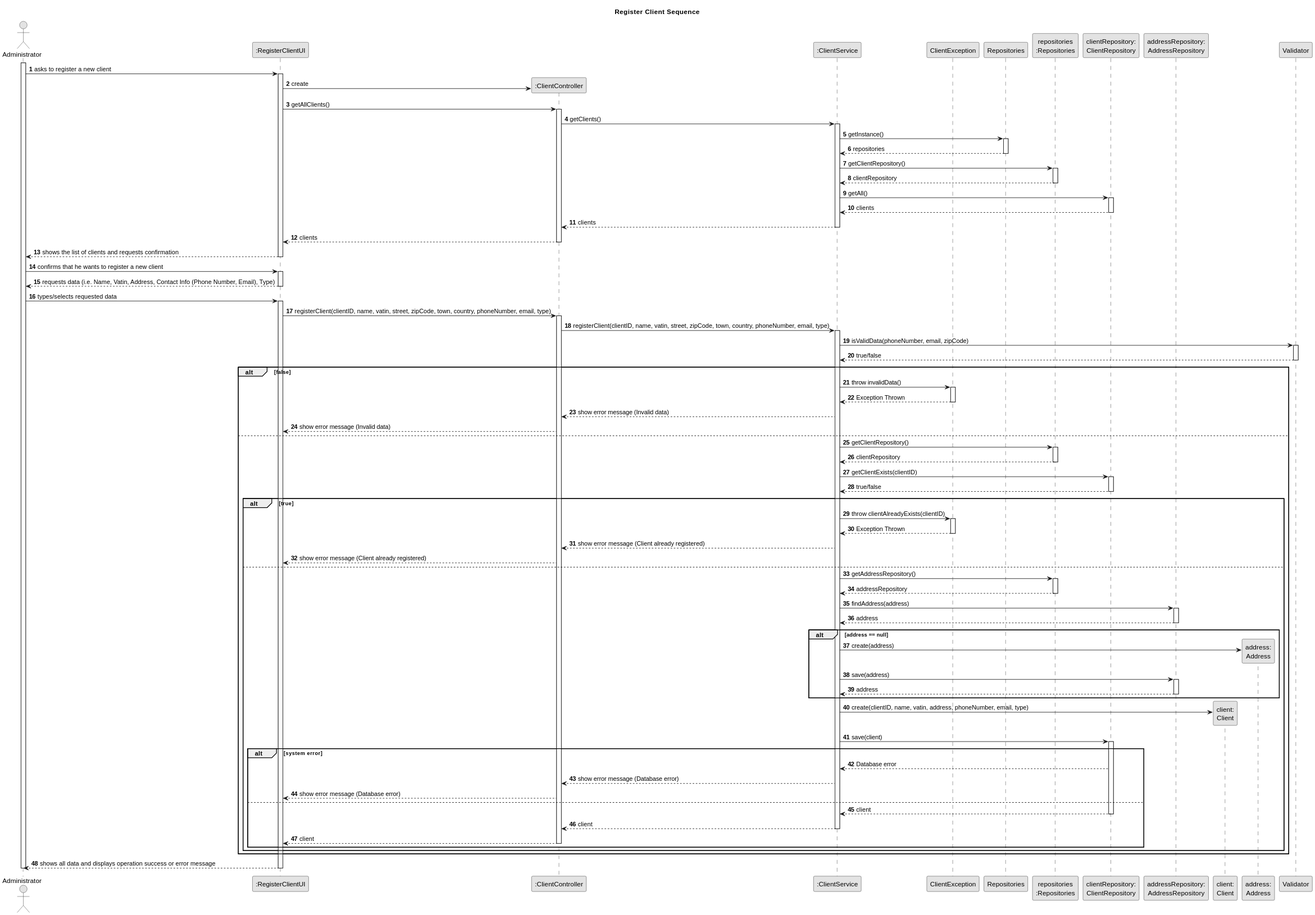
Earlier version of the PlantUML export documentation/user-stories/us003/03.design/svg/us003-sequence-diagram.svg (daniel41silva05/Production_Control_Industrial_ISEP). The source it was exported from:
```plantuml
@startuml
skinparam monochrome true
skinparam packageStyle rectangle
skinparam shadowing false

title System Sequence Diagram (SSD)

autonumber

actor "Administrator" as ADM
participant ":RegisterClientUI" as UI
participant ":ClientController" as CTRL
participant ":ClientService" as SRV
participant "ClientException" as EXC
participant "Repositories" as REPS
participant "repositories\n:Repositories" as REP
participant "clientRepository:\nClientRepository" as clientRepository
participant "addressRepository:\nAddressRepository" as addressRepository
participant "client:\nClient" as CLIENT
participant "address:\nAddress" as ADDRESS
participant "Validator" as VAL

title Register Client Sequence

activate ADM
    ADM -> UI : asks to register a new client
    activate UI

        UI -> CTRL** : create

        UI -> CTRL : getAllClients()
        activate CTRL
            CTRL -> SRV : getClients()
            activate SRV

                SRV -> REPS : getInstance()
                activate REPS
                REPS --> SRV: repositories
                deactivate REPS
                SRV -> REP : getClientRepository()
                activate REP
                REP --> SRV : clientRepository
                deactivate REP

                SRV -> clientRepository : getAll()
                activate clientRepository
                clientRepository --> SRV : clients
                deactivate clientRepository
            SRV --> CTRL : clients
            deactivate SRV
        CTRL --> UI : clients
        deactivate CTRL
    UI --> ADM : shows the list of clients and requests confirmation
    deactivate UI

    ADM -> UI : confirms that he wants to register a new client
    activate UI
        UI --> ADM : requests data (i.e. Name, Vatin, Address, Contact Info (Phone Number, Email), Type)
    deactivate UI

    ADM -> UI : types/selects requested data
    activate UI
        UI -> CTRL: registerClient(clientID, name, vatin, street, zipCode, town, country, phoneNumber, email, type)
        activate CTRL
            CTRL -> SRV: registerClient(clientID, name, vatin, street, zipCode, town, country, phoneNumber, email, type)
            activate SRV

                SRV -> VAL: isValidData(phoneNumber, email, zipCode)
                activate VAL
                VAL --> SRV: true/false
                deactivate VAL

                alt false

                    SRV -> EXC: throw invalidData()
                    activate EXC
                    EXC --> SRV: Exception Thrown
                    deactivate EXC
                    SRV --> CTRL: show error message (Invalid data)

                    CTRL --> UI: show error message (Invalid data)
                    deactivate VAL
                else

                SRV -> REP: getClientRepository()
                activate REP
                REP --> SRV: clientRepository
                deactivate REP

                SRV -> clientRepository: getClientExists(clientID)
                activate clientRepository
                clientRepository --> SRV: true/false
                deactivate clientRepository

                alt true

                    SRV -> EXC: throw clientAlreadyExists(clientID)
                    activate EXC
                    EXC --> SRV: Exception Thrown
                    deactivate EXC
                    SRV --> CTRL: show error message (Client already registered)

                    CTRL --> UI: show error message (Client already registered)
                else

                    SRV -> REP: getAddressRepository()
                    activate REP
                    REP --> SRV: addressRepository
                    deactivate REP

                    SRV -> addressRepository: findAddress(address)
                    activate addressRepository
                    addressRepository --> SRV: address
                    deactivate addressRepository
                    alt address == null
                        SRV -> ADDRESS** : create(address)
                        SRV -> addressRepository: save(address)
                        activate addressRepository
                        addressRepository --> SRV: address
                        deactivate addressRepository
                    end

                    SRV -> CLIENT** : create(clientID, name, vatin, address, phoneNumber, email, type)

                    SRV -> clientRepository: save(client)
                    activate clientRepository
                    alt system error
                        clientRepository --> SRV: Database error

                        SRV --> CTRL: show error message (Database error)

                        CTRL --> UI: show error message (Database error)
                    else
                        clientRepository --> SRV: client
                        deactivate clientRepository
                        SRV --> CTRL: client
                        deactivate SRV
                        CTRL --> UI: client
                        deactivate CTRL
                    end
                end
            end
    UI --> ADM: shows all data and displays operation success or error message
    deactivate UI

deactivate ADM
@enduml
```
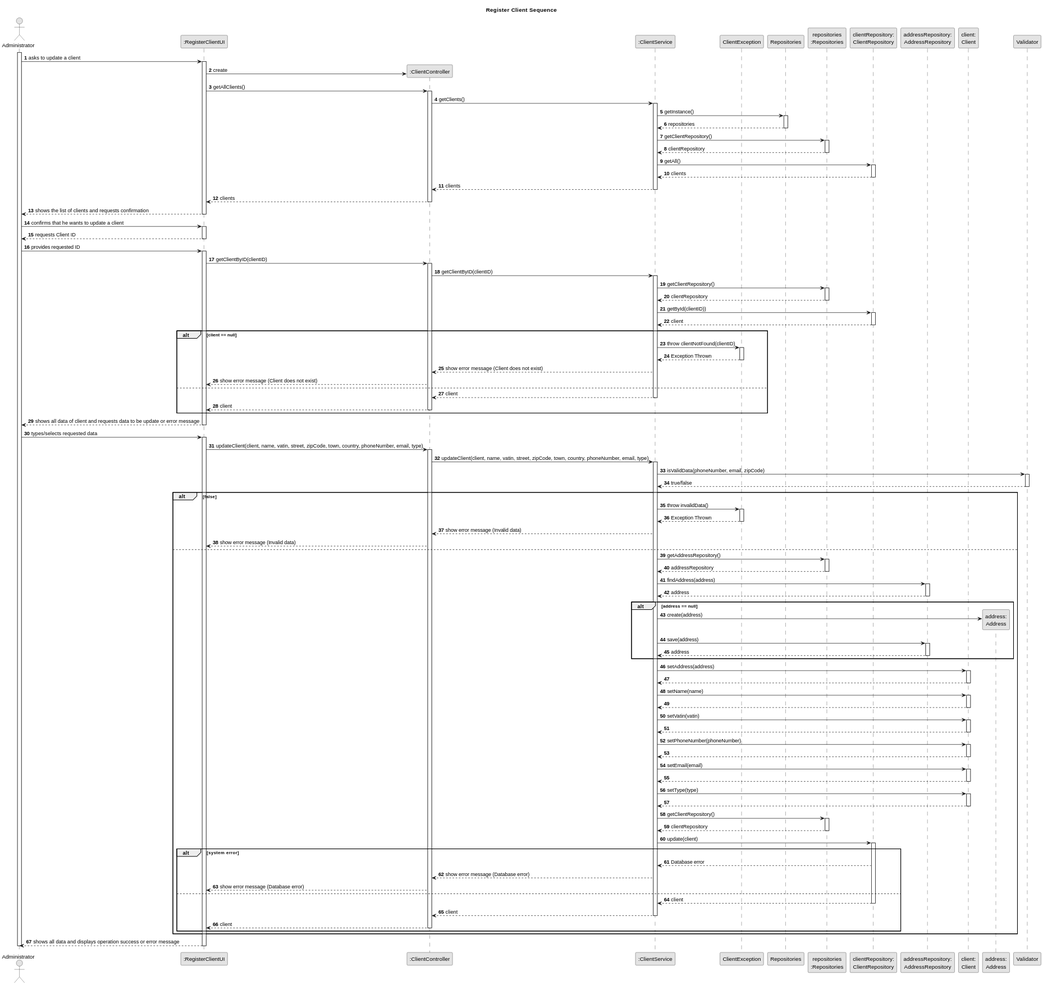
After the change.

Change to the diagram source:
```diff
@@ -23,7 +23,7 @@
 title Register Client Sequence
 
 activate ADM
-    ADM -> UI : asks to register a new client
+    ADM -> UI : asks to update a client
     activate UI
 
         UI -> CTRL** : create
@@ -53,16 +53,50 @@
     UI --> ADM : shows the list of clients and requests confirmation
     deactivate UI
 
-    ADM -> UI : confirms that he wants to register a new client
+    ADM -> UI : confirms that he wants to update a client
     activate UI
-        UI --> ADM : requests data (i.e. Name, Vatin, Address, Contact Info (Phone Number, Email), Type)
+
+        UI --> ADM : requests Client ID
+    deactivate UI
+
+    ADM -> UI : provides requested ID
+    activate UI
+
+        UI -> CTRL : getClientByID(clientID)
+        activate CTRL
+            CTRL -> SRV : getClientByID(clientID)
+            activate SRV
+
+                SRV -> REP : getClientRepository()
+                activate REP
+                REP --> SRV : clientRepository
+                deactivate REP
+                SRV -> clientRepository : getById(clientID))
+                activate clientRepository
+                clientRepository --> SRV : client
+                deactivate clientRepository
+                alt client == null
+                    SRV -> EXC: throw clientNotFound(clientID)
+                    activate EXC
+                    EXC --> SRV: Exception Thrown
+                    deactivate EXC
+                    SRV --> CTRL: show error message (Client does not exist)
+                    CTRL --> UI: show error message (Client does not exist)
+                else
+            SRV --> CTRL : client
+            deactivate SRV
+        CTRL --> UI : client
+        deactivate CTRL
+        end
+
+        UI --> ADM : shows all data of client and requests data to be update or error message
     deactivate UI
 
     ADM -> UI : types/selects requested data
     activate UI
-        UI -> CTRL: registerClient(clientID, name, vatin, street, zipCode, town, country, phoneNumber, email, type)
+        UI -> CTRL: updateClient(client, name, vatin, street, zipCode, town, country, phoneNumber, email, type)
         activate CTRL
-            CTRL -> SRV: registerClient(clientID, name, vatin, street, zipCode, town, country, phoneNumber, email, type)
+            CTRL -> SRV: updateClient(client, name, vatin, street, zipCode, town, country, phoneNumber, email, type)
             activate SRV
 
                 SRV -> VAL: isValidData(phoneNumber, email, zipCode)
@@ -82,27 +116,6 @@
                     deactivate VAL
                 else
 
-                SRV -> REP: getClientRepository()
-                activate REP
-                REP --> SRV: clientRepository
-                deactivate REP
-
-                SRV -> clientRepository: getClientExists(clientID)
-                activate clientRepository
-                clientRepository --> SRV: true/false
-                deactivate clientRepository
-
-                alt true
-
-                    SRV -> EXC: throw clientAlreadyExists(clientID)
-                    activate EXC
-                    EXC --> SRV: Exception Thrown
-                    deactivate EXC
-                    SRV --> CTRL: show error message (Client already registered)
-
-                    CTRL --> UI: show error message (Client already registered)
-                else
-
                     SRV -> REP: getAddressRepository()
                     activate REP
                     REP --> SRV: addressRepository
@@ -120,9 +133,36 @@
                         deactivate addressRepository
                     end
 
-                    SRV -> CLIENT** : create(clientID, name, vatin, address, phoneNumber, email, type)
+                    SRV -> CLIENT: setAddress(address)
+                    activate CLIENT
+                    CLIENT --> SRV :
+                    deactivate CLIENT
+                    SRV -> CLIENT: setName(name)
+                    activate CLIENT
+                    CLIENT --> SRV :
+                    deactivate CLIENT
+                    SRV -> CLIENT: setVatin(vatin)
+                    activate CLIENT
+                    CLIENT --> SRV :
+                    deactivate CLIENT
+                    SRV -> CLIENT: setPhoneNumber(phoneNumber)
+                    activate CLIENT
+                    CLIENT --> SRV :
+                    deactivate CLIENT
+                    SRV -> CLIENT: setEmail(email)
+                    activate CLIENT
+                    CLIENT --> SRV :
+                    deactivate CLIENT
+                    SRV -> CLIENT: setType(type)
+                    activate CLIENT
+                    CLIENT --> SRV :
+                    deactivate CLIENT
 
-                    SRV -> clientRepository: save(client)
+                    SRV -> REP: getClientRepository()
+                    activate REP
+                    REP --> SRV: clientRepository
+                    deactivate REP
+                    SRV -> clientRepository: update(client)
                     activate clientRepository
                     alt system error
                         clientRepository --> SRV: Database error
@@ -139,7 +179,7 @@
                         deactivate CTRL
                     end
                 end
-            end
+
     UI --> ADM: shows all data and displays operation success or error message
     deactivate UI
 
```
